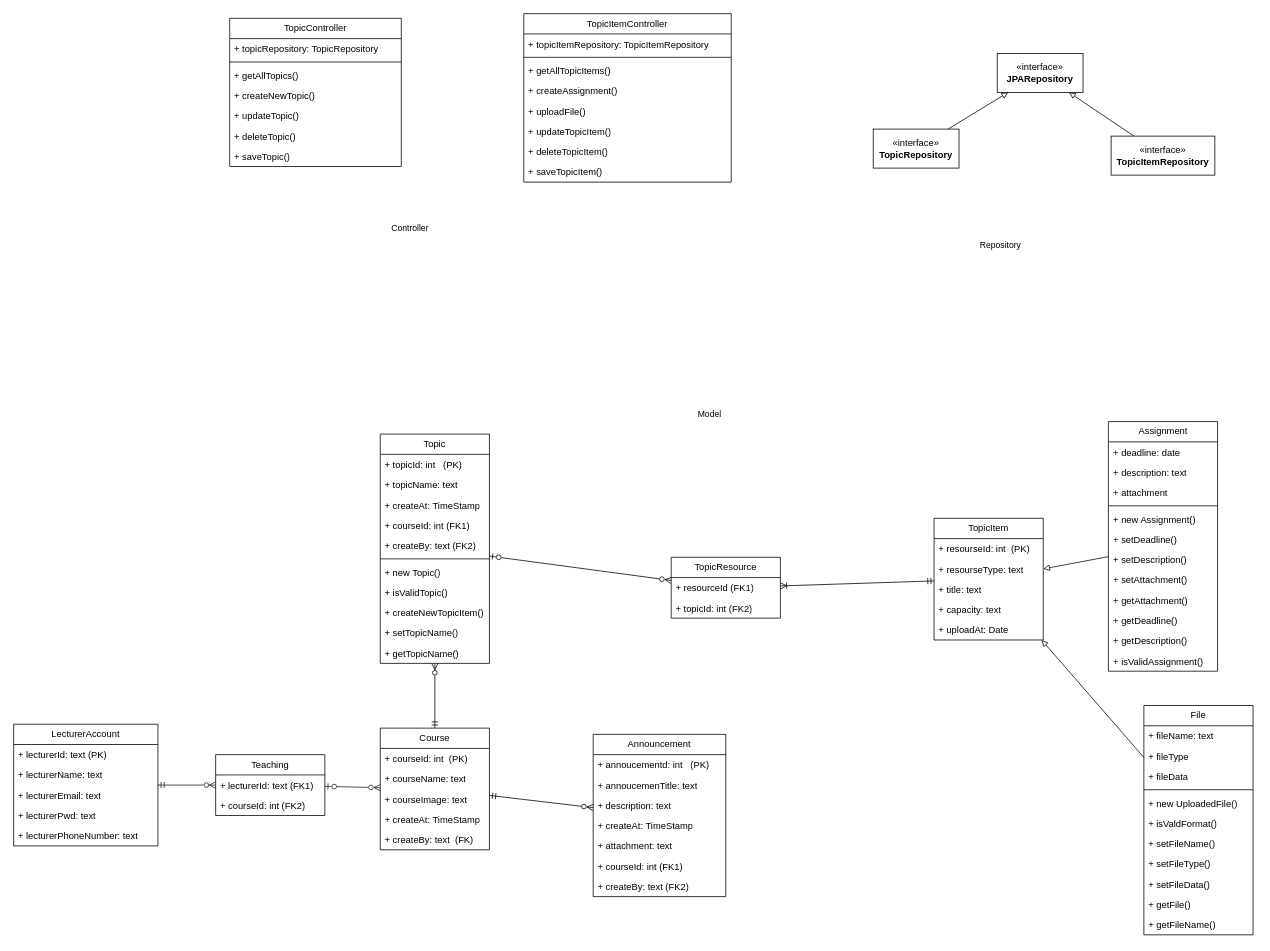
Before: page "Trang-3" (3 of 3) of Biểu đồ không có tiêu đề.drawio in toanlemanh/bachelor-fit-hanu-documents, a draw.io diagram. Source tidied: cells renumbered, new cells numbered last; positions are measured from the earlier drawing's top-left corner, leaving out a move shared by most shapes. Both pictures are drawn from the tidied source at 78%, with x=0, y=0 at pixel (13, 13).
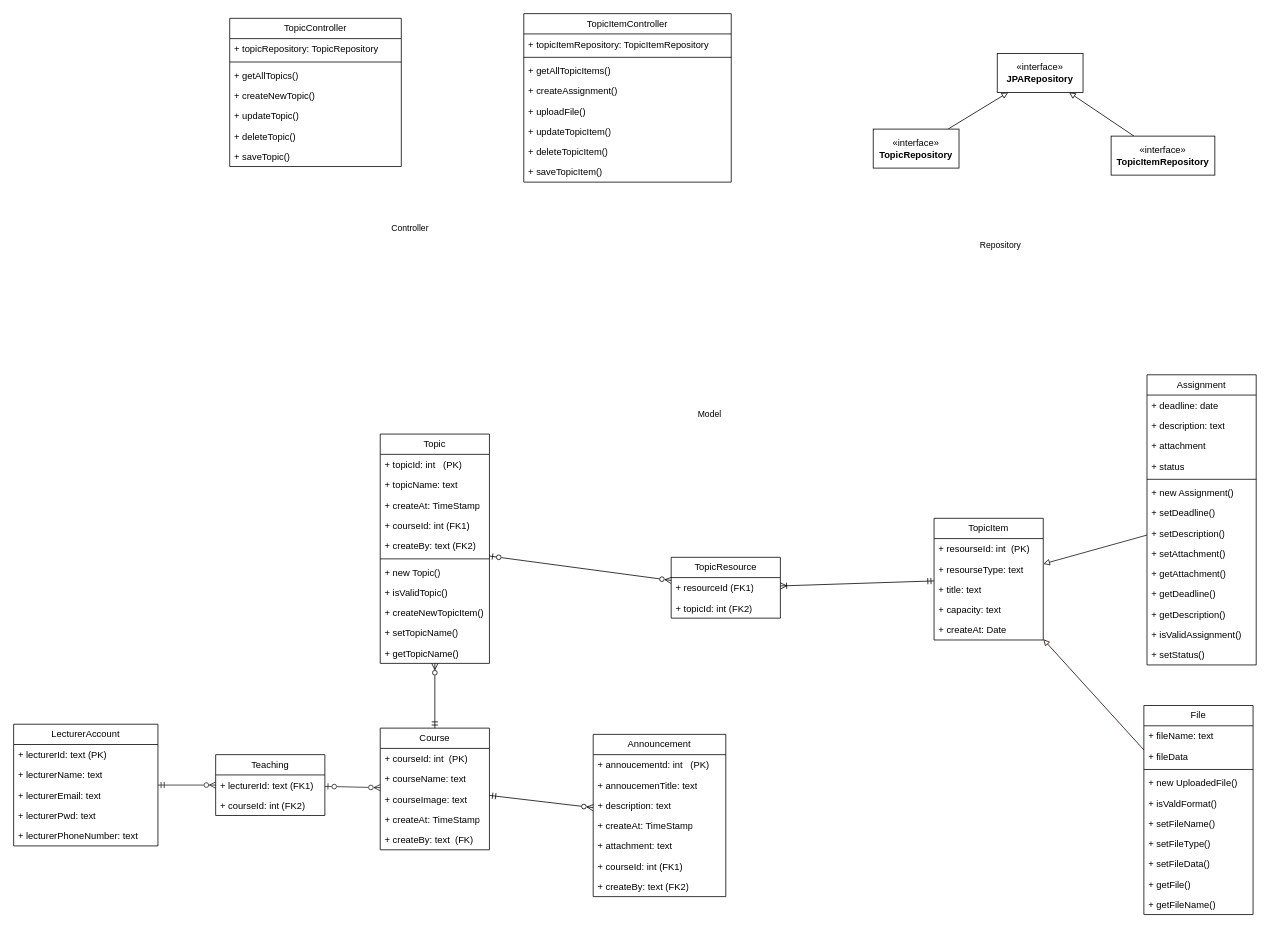
The same diagram, later.

Unchanged cells that the change refers to:
```xml
<mxCell id="12" value="TopicItem" style="swimlane;fontStyle=0;horizontal=1;startSize=26;fillColor=none;whiteSpace=wrap;html=1;" parent="1" vertex="1">
  <mxGeometry x="1180" y="647" width="140" height="156" as="geometry" />
</mxCell>
```

What changed in the source:
```diff
@@
-    <mxCell id="17" value="+ uploadAt: Date" style="text;strokeColor=none;fillColor=none;align=left;verticalAlign=top;spacingLeft=4;spacingRight=4;overflow=hidden;whiteSpace=wrap;html=1;" parent="12" vertex="1">
+    <mxCell id="17" value="+ createAt: Date" style="text;strokeColor=none;fillColor=none;align=left;verticalAlign=top;spacingLeft=4;spacingRight=4;overflow=hidden;whiteSpace=wrap;html=1;" parent="12" vertex="1">
       <mxGeometry y="130" width="140" height="26" as="geometry" />
     </mxCell>
@@
     <mxCell id="43" value="Assignment" style="swimlane;fontStyle=0;horizontal=1;startSize=26;fillColor=none;whiteSpace=wrap;html=1;" parent="1" vertex="1">
-      <mxGeometry x="1403.5" y="523" width="140" height="320" as="geometry" />
+      <mxGeometry x="1453" y="463" width="140" height="372" as="geometry" />
     </mxCell>
@@
+    <mxCell id="104" value="+ status" style="text;strokeColor=none;fillColor=none;align=left;verticalAlign=top;spacingLeft=4;spacingRight=4;overflow=hidden;whiteSpace=wrap;html=1;" parent="43" vertex="1">
+      <mxGeometry y="104" width="140" height="26" as="geometry" />
+    </mxCell>
     <mxCell id="47" style="line;strokeWidth=1;fillColor=none;align=left;verticalAlign=middle;spacingTop=-1;spacingLeft=3;spacingRight=3;labelPosition=right;strokeColor=inherit;fontFamily=Helvetica;fontSize=11;fontColor=default;labelBackgroundColor=default;" parent="43" vertex="1">
-      <mxGeometry y="104" width="140" height="8" as="geometry" />
+      <mxGeometry y="130" width="140" height="8" as="geometry" />
     </mxCell>
     <mxCell id="48" value="+ new Assignment()" style="text;strokeColor=none;fillColor=none;align=left;verticalAlign=top;spacingLeft=4;spacingRight=4;overflow=hidden;whiteSpace=wrap;html=1;" parent="43" vertex="1">
-      <mxGeometry y="112" width="140" height="26" as="geometry" />
+      <mxGeometry y="138" width="140" height="26" as="geometry" />
     </mxCell>
     <mxCell id="49" value="+ setDeadline()" style="text;strokeColor=none;fillColor=none;align=left;verticalAlign=top;spacingLeft=4;spacingRight=4;overflow=hidden;whiteSpace=wrap;html=1;" parent="43" vertex="1">
-      <mxGeometry y="138" width="140" height="26" as="geometry" />
+      <mxGeometry y="164" width="140" height="26" as="geometry" />
     </mxCell>
     <mxCell id="50" value="+ setDescription()" style="text;strokeColor=none;fillColor=none;align=left;verticalAlign=top;spacingLeft=4;spacingRight=4;overflow=hidden;whiteSpace=wrap;html=1;" parent="43" vertex="1">
-      <mxGeometry y="164" width="140" height="26" as="geometry" />
+      <mxGeometry y="190" width="140" height="26" as="geometry" />
     </mxCell>
     <mxCell id="51" value="+ setAttachment()" style="text;strokeColor=none;fillColor=none;align=left;verticalAlign=top;spacingLeft=4;spacingRight=4;overflow=hidden;whiteSpace=wrap;html=1;" parent="43" vertex="1">
-      <mxGeometry y="190" width="140" height="26" as="geometry" />
+      <mxGeometry y="216" width="140" height="26" as="geometry" />
     </mxCell>
     <mxCell id="52" value="+ getAttachment()" style="text;strokeColor=none;fillColor=none;align=left;verticalAlign=top;spacingLeft=4;spacingRight=4;overflow=hidden;whiteSpace=wrap;html=1;" parent="43" vertex="1">
-      <mxGeometry y="216" width="140" height="26" as="geometry" />
+      <mxGeometry y="242" width="140" height="26" as="geometry" />
     </mxCell>
     <mxCell id="53" value="+ getDeadline()" style="text;strokeColor=none;fillColor=none;align=left;verticalAlign=top;spacingLeft=4;spacingRight=4;overflow=hidden;whiteSpace=wrap;html=1;" parent="43" vertex="1">
-      <mxGeometry y="242" width="140" height="26" as="geometry" />
+      <mxGeometry y="268" width="140" height="26" as="geometry" />
     </mxCell>
     <mxCell id="54" value="+ getDescription()" style="text;strokeColor=none;fillColor=none;align=left;verticalAlign=top;spacingLeft=4;spacingRight=4;overflow=hidden;whiteSpace=wrap;html=1;" parent="43" vertex="1">
-      <mxGeometry y="268" width="140" height="26" as="geometry" />
+      <mxGeometry y="294" width="140" height="26" as="geometry" />
     </mxCell>
     <mxCell id="55" value="+ isValidAssignment()" style="text;strokeColor=none;fillColor=none;align=left;verticalAlign=top;spacingLeft=4;spacingRight=4;overflow=hidden;whiteSpace=wrap;html=1;" parent="43" vertex="1">
-      <mxGeometry y="294" width="140" height="26" as="geometry" />
+      <mxGeometry y="320" width="140" height="26" as="geometry" />
     </mxCell>
+    <mxCell id="105" value="+ setStatus()" style="text;strokeColor=none;fillColor=none;align=left;verticalAlign=top;spacingLeft=4;spacingRight=4;overflow=hidden;whiteSpace=wrap;html=1;" parent="43" vertex="1">
+      <mxGeometry y="346" width="140" height="26" as="geometry" />
+    </mxCell>
     <mxCell id="56" value="File" style="swimlane;fontStyle=0;horizontal=1;startSize=26;fillColor=none;whiteSpace=wrap;html=1;" parent="1" vertex="1">
-      <mxGeometry x="1449" y="887" width="140" height="294" as="geometry" />
+      <mxGeometry x="1449" y="887" width="140" height="268" as="geometry" />
     </mxCell>
@@
-    <mxCell id="58" value="&lt;div&gt;+ fileType&lt;/div&gt;" style="text;strokeColor=none;fillColor=none;align=left;verticalAlign=top;spacingLeft=4;spacingRight=4;overflow=hidden;whiteSpace=wrap;html=1;" parent="56" vertex="1">
-      <mxGeometry y="52" width="140" height="26" as="geometry" />
-    </mxCell>
     <mxCell id="59" value="&lt;div&gt;+ fileData&lt;/div&gt;" style="text;strokeColor=none;fillColor=none;align=left;verticalAlign=top;spacingLeft=4;spacingRight=4;overflow=hidden;whiteSpace=wrap;html=1;" parent="56" vertex="1">
-      <mxGeometry y="78" width="140" height="26" as="geometry" />
+      <mxGeometry y="52" width="140" height="26" as="geometry" />
     </mxCell>
     <mxCell id="60" style="line;strokeWidth=1;fillColor=none;align=left;verticalAlign=middle;spacingTop=-1;spacingLeft=3;spacingRight=3;labelPosition=right;strokeColor=inherit;fontFamily=Helvetica;fontSize=11;fontColor=default;labelBackgroundColor=default;" parent="56" vertex="1">
-      <mxGeometry y="104" width="140" height="8" as="geometry" />
+      <mxGeometry y="78" width="140" height="8" as="geometry" />
     </mxCell>
     <mxCell id="61" value="+ new UploadedFile()" style="text;strokeColor=none;fillColor=none;align=left;verticalAlign=top;spacingLeft=4;spacingRight=4;overflow=hidden;whiteSpace=wrap;html=1;" parent="56" vertex="1">
-      <mxGeometry y="112" width="140" height="26" as="geometry" />
+      <mxGeometry y="86" width="140" height="26" as="geometry" />
     </mxCell>
     <mxCell id="62" value="+ isValdFormat()" style="text;strokeColor=none;fillColor=none;align=left;verticalAlign=top;spacingLeft=4;spacingRight=4;overflow=hidden;whiteSpace=wrap;html=1;" parent="56" vertex="1">
-      <mxGeometry y="138" width="140" height="26" as="geometry" />
+      <mxGeometry y="112" width="140" height="26" as="geometry" />
     </mxCell>
     <mxCell id="63" value="+ setFileName()" style="text;strokeColor=none;fillColor=none;align=left;verticalAlign=top;spacingLeft=4;spacingRight=4;overflow=hidden;whiteSpace=wrap;html=1;" parent="56" vertex="1">
-      <mxGeometry y="164" width="140" height="26" as="geometry" />
+      <mxGeometry y="138" width="140" height="26" as="geometry" />
     </mxCell>
     <mxCell id="64" value="+ setFileType()" style="text;strokeColor=none;fillColor=none;align=left;verticalAlign=top;spacingLeft=4;spacingRight=4;overflow=hidden;whiteSpace=wrap;html=1;" parent="56" vertex="1">
-      <mxGeometry y="190" width="140" height="26" as="geometry" />
+      <mxGeometry y="164" width="140" height="26" as="geometry" />
     </mxCell>
     <mxCell id="65" value="+ setFileData()" style="text;strokeColor=none;fillColor=none;align=left;verticalAlign=top;spacingLeft=4;spacingRight=4;overflow=hidden;whiteSpace=wrap;html=1;" parent="56" vertex="1">
-      <mxGeometry y="216" width="140" height="26" as="geometry" />
+      <mxGeometry y="190" width="140" height="26" as="geometry" />
     </mxCell>
     <mxCell id="66" value="+ getFile()" style="text;strokeColor=none;fillColor=none;align=left;verticalAlign=top;spacingLeft=4;spacingRight=4;overflow=hidden;whiteSpace=wrap;html=1;" parent="56" vertex="1">
-      <mxGeometry y="242" width="140" height="26" as="geometry" />
+      <mxGeometry y="216" width="140" height="26" as="geometry" />
     </mxCell>
     <mxCell id="67" value="+ getFileName()" style="text;strokeColor=none;fillColor=none;align=left;verticalAlign=top;spacingLeft=4;spacingRight=4;overflow=hidden;whiteSpace=wrap;html=1;" parent="56" vertex="1">
-      <mxGeometry y="268" width="140" height="26" as="geometry" />
+      <mxGeometry y="242" width="140" height="26" as="geometry" />
     </mxCell>
```
